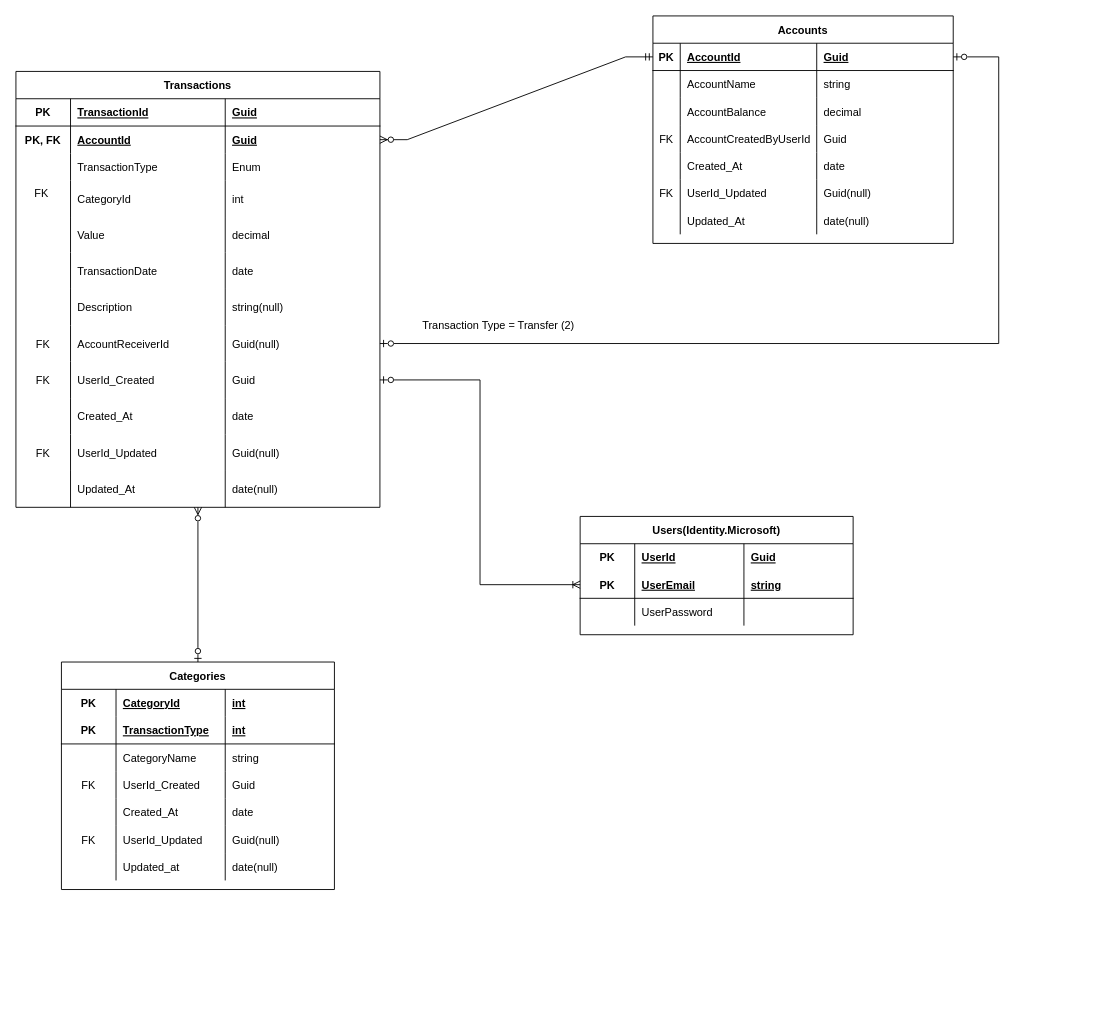
Before: docs/ER Diagram.drawio in juniobiel/ApiFinancas, a draw.io diagram. Source tidied: cells renumbered, new cells numbered last; positions are measured from the earlier drawing's top-left corner, leaving out a move shared by most shapes. Both pictures are drawn from the tidied source at 91%, with x=0, y=0 at pixel (15, 15).
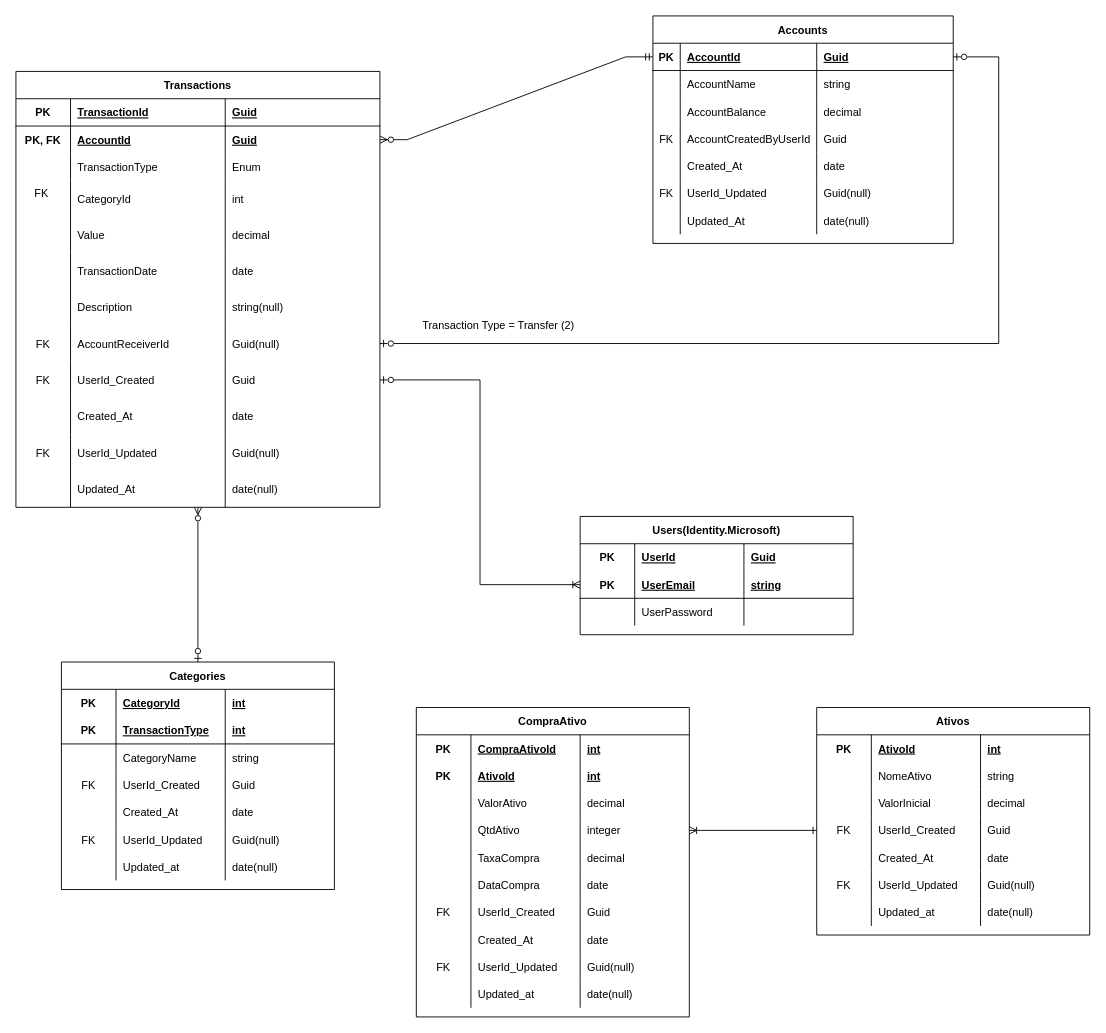
Above is the later version.

Change to the diagram source:
```diff
@@
+    <mxCell id="127" value="CompraAtivo" style="shape=table;startSize=30;childLayout=tableLayout;rowLines=0;fontStyle=1;align=center;" parent="1" vertex="1">
+      <mxGeometry x="440" y="760" width="300" height="340" as="geometry" />
+    </mxCell>
+    <mxCell id="128" style="shape=tableRow;horizontal=0;startSize=0;swimlaneHead=0;swimlaneBody=0;fillColor=none;top=0;left=0;right=0;bottom=0;" parent="127" vertex="1">
+      <mxGeometry y="30" width="300" height="30" as="geometry" />
+    </mxCell>
+    <mxCell id="129" value="PK" style="shape=partialRectangle;fillColor=none;top=0;left=0;bottom=0;right=0;fontStyle=1;overflow=hidden;" parent="128" vertex="1">
+      <mxGeometry width="60" height="30" as="geometry" />
+    </mxCell>
+    <mxCell id="130" value="CompraAtivoId" style="shape=partialRectangle;fillColor=none;top=0;left=0;bottom=0;right=0;align=left;spacingLeft=6;fontStyle=5;overflow=hidden;" parent="128" vertex="1">
+      <mxGeometry x="60" width="120" height="30" as="geometry" />
+    </mxCell>
+    <mxCell id="131" value="int" style="shape=partialRectangle;fillColor=none;top=0;left=0;bottom=0;right=0;align=left;spacingLeft=6;fontStyle=5;overflow=hidden;" parent="128" vertex="1">
+      <mxGeometry x="180" width="120" height="30" as="geometry" />
+    </mxCell>
+    <mxCell id="132" style="shape=tableRow;horizontal=0;startSize=0;swimlaneHead=0;swimlaneBody=0;fillColor=none;top=0;left=0;right=0;bottom=0;" parent="127" vertex="1">
+      <mxGeometry y="60" width="300" height="30" as="geometry" />
+    </mxCell>
+    <mxCell id="133" value="PK" style="shape=partialRectangle;fillColor=none;top=0;left=0;bottom=0;right=0;fontStyle=1;overflow=hidden;" parent="132" vertex="1">
+      <mxGeometry width="60" height="30" as="geometry" />
+    </mxCell>
+    <mxCell id="134" value="AtivoId" style="shape=partialRectangle;fillColor=none;top=0;left=0;bottom=0;right=0;align=left;spacingLeft=6;fontStyle=5;overflow=hidden;" parent="132" vertex="1">
+      <mxGeometry x="60" width="120" height="30" as="geometry" />
+    </mxCell>
+    <mxCell id="135" value="int" style="shape=partialRectangle;fillColor=none;top=0;left=0;bottom=0;right=0;align=left;spacingLeft=6;fontStyle=5;overflow=hidden;" parent="132" vertex="1">
+      <mxGeometry x="180" width="120" height="30" as="geometry" />
+    </mxCell>
+    <mxCell id="136" style="shape=tableRow;horizontal=0;startSize=0;swimlaneHead=0;swimlaneBody=0;fillColor=none;points=[[0,0.5],[1,0.5]];portConstraint=eastwest;top=0;left=0;right=0;bottom=0;" parent="127" vertex="1">
+      <mxGeometry y="90" width="300" height="30" as="geometry" />
+    </mxCell>
+    <mxCell id="137" style="shape=partialRectangle;fillColor=none;top=0;left=0;bottom=0;right=0;overflow=hidden;" parent="136" vertex="1">
+      <mxGeometry width="60" height="30" as="geometry" />
+    </mxCell>
+    <mxCell id="138" value="ValorAtivo" style="shape=partialRectangle;fillColor=none;top=0;left=0;bottom=0;right=0;align=left;spacingLeft=6;overflow=hidden;" parent="136" vertex="1">
+      <mxGeometry x="60" width="120" height="30" as="geometry" />
+    </mxCell>
+    <mxCell id="139" value="decimal" style="shape=partialRectangle;fillColor=none;top=0;left=0;bottom=0;right=0;align=left;spacingLeft=6;overflow=hidden;" parent="136" vertex="1">
+      <mxGeometry x="180" width="120" height="30" as="geometry" />
+    </mxCell>
+    <mxCell id="140" style="shape=tableRow;horizontal=0;startSize=0;swimlaneHead=0;swimlaneBody=0;fillColor=none;points=[[0,0.5],[1,0.5]];portConstraint=eastwest;top=0;left=0;right=0;bottom=0;" parent="127" vertex="1">
+      <mxGeometry y="120" width="300" height="30" as="geometry" />
+    </mxCell>
+    <mxCell id="141" style="shape=partialRectangle;fillColor=none;top=0;left=0;bottom=0;right=0;overflow=hidden;" parent="140" vertex="1">
+      <mxGeometry width="60" height="30" as="geometry" />
+    </mxCell>
+    <mxCell id="142" value="QtdAtivo" style="shape=partialRectangle;fillColor=none;top=0;left=0;bottom=0;right=0;align=left;spacingLeft=6;overflow=hidden;" parent="140" vertex="1">
+      <mxGeometry x="60" width="120" height="30" as="geometry" />
+    </mxCell>
+    <mxCell id="143" value="integer" style="shape=partialRectangle;fillColor=none;top=0;left=0;bottom=0;right=0;align=left;spacingLeft=6;overflow=hidden;" parent="140" vertex="1">
+      <mxGeometry x="180" width="120" height="30" as="geometry" />
+    </mxCell>
+    <mxCell id="144" style="shape=tableRow;horizontal=0;startSize=0;swimlaneHead=0;swimlaneBody=0;fillColor=none;top=0;left=0;right=0;bottom=0;" parent="127" vertex="1">
+      <mxGeometry y="150" width="300" height="30" as="geometry" />
+    </mxCell>
+    <mxCell id="145" style="shape=partialRectangle;fillColor=none;top=0;left=0;bottom=0;right=0;overflow=hidden;" parent="144" vertex="1">
+      <mxGeometry width="60" height="30" as="geometry" />
+    </mxCell>
+    <mxCell id="146" value="TaxaCompra" style="shape=partialRectangle;fillColor=none;top=0;left=0;bottom=0;right=0;align=left;spacingLeft=6;overflow=hidden;" parent="144" vertex="1">
+      <mxGeometry x="60" width="120" height="30" as="geometry" />
+    </mxCell>
+    <mxCell id="147" value="decimal" style="shape=partialRectangle;fillColor=none;top=0;left=0;bottom=0;right=0;align=left;spacingLeft=6;overflow=hidden;" parent="144" vertex="1">
+      <mxGeometry x="180" width="120" height="30" as="geometry" />
+    </mxCell>
+    <mxCell id="148" style="shape=tableRow;horizontal=0;startSize=0;swimlaneHead=0;swimlaneBody=0;fillColor=none;top=0;left=0;right=0;bottom=0;" parent="127" vertex="1">
+      <mxGeometry y="180" width="300" height="30" as="geometry" />
+    </mxCell>
+    <mxCell id="149" style="shape=partialRectangle;fillColor=none;top=0;left=0;bottom=0;right=0;overflow=hidden;" parent="148" vertex="1">
+      <mxGeometry width="60" height="30" as="geometry" />
+    </mxCell>
+    <mxCell id="150" value="DataCompra  " style="shape=partialRectangle;fillColor=none;top=0;left=0;bottom=0;right=0;align=left;spacingLeft=6;overflow=hidden;" parent="148" vertex="1">
+      <mxGeometry x="60" width="120" height="30" as="geometry" />
+    </mxCell>
+    <mxCell id="151" value="date" style="shape=partialRectangle;fillColor=none;top=0;left=0;bottom=0;right=0;align=left;spacingLeft=6;overflow=hidden;" parent="148" vertex="1">
+      <mxGeometry x="180" width="120" height="30" as="geometry" />
+    </mxCell>
+    <mxCell id="152" style="shape=tableRow;horizontal=0;startSize=0;swimlaneHead=0;swimlaneBody=0;fillColor=none;top=0;left=0;right=0;bottom=0;" parent="127" vertex="1">
+      <mxGeometry y="210" width="300" height="30" as="geometry" />
+    </mxCell>
+    <mxCell id="153" value="FK" style="shape=partialRectangle;fillColor=none;top=0;left=0;bottom=0;right=0;overflow=hidden;" parent="152" vertex="1">
+      <mxGeometry width="60" height="30" as="geometry" />
+    </mxCell>
+    <mxCell id="154" value="UserId_Created" style="shape=partialRectangle;fillColor=none;top=0;left=0;bottom=0;right=0;align=left;spacingLeft=6;overflow=hidden;" parent="152" vertex="1">
+      <mxGeometry x="60" width="120" height="30" as="geometry" />
+    </mxCell>
+    <mxCell id="155" value="Guid" style="shape=partialRectangle;fillColor=none;top=0;left=0;bottom=0;right=0;align=left;spacingLeft=6;overflow=hidden;" parent="152" vertex="1">
+      <mxGeometry x="180" width="120" height="30" as="geometry" />
+    </mxCell>
+    <mxCell id="156" style="shape=tableRow;horizontal=0;startSize=0;swimlaneHead=0;swimlaneBody=0;fillColor=none;top=0;left=0;right=0;bottom=0;" parent="127" vertex="1">
+      <mxGeometry y="240" width="300" height="30" as="geometry" />
+    </mxCell>
+    <mxCell id="157" style="shape=partialRectangle;fillColor=none;top=0;left=0;bottom=0;right=0;overflow=hidden;" parent="156" vertex="1">
+      <mxGeometry width="60" height="30" as="geometry" />
+    </mxCell>
+    <mxCell id="158" value="Created_At" style="shape=partialRectangle;fillColor=none;top=0;left=0;bottom=0;right=0;align=left;spacingLeft=6;overflow=hidden;" parent="156" vertex="1">
+      <mxGeometry x="60" width="120" height="30" as="geometry" />
+    </mxCell>
+    <mxCell id="159" value="date" style="shape=partialRectangle;fillColor=none;top=0;left=0;bottom=0;right=0;align=left;spacingLeft=6;overflow=hidden;" parent="156" vertex="1">
+      <mxGeometry x="180" width="120" height="30" as="geometry" />
+    </mxCell>
+    <mxCell id="160" style="shape=tableRow;horizontal=0;startSize=0;swimlaneHead=0;swimlaneBody=0;fillColor=none;top=0;left=0;right=0;bottom=0;" parent="127" vertex="1">
+      <mxGeometry y="270" width="300" height="30" as="geometry" />
+    </mxCell>
+    <mxCell id="161" value="FK" style="shape=partialRectangle;fillColor=none;top=0;left=0;bottom=0;right=0;overflow=hidden;" parent="160" vertex="1">
+      <mxGeometry width="60" height="30" as="geometry" />
+    </mxCell>
+    <mxCell id="162" value="UserId_Updated" style="shape=partialRectangle;fillColor=none;top=0;left=0;bottom=0;right=0;align=left;spacingLeft=6;overflow=hidden;" parent="160" vertex="1">
+      <mxGeometry x="60" width="120" height="30" as="geometry" />
+    </mxCell>
+    <mxCell id="163" value="Guid(null)" style="shape=partialRectangle;fillColor=none;top=0;left=0;bottom=0;right=0;align=left;spacingLeft=6;overflow=hidden;" parent="160" vertex="1">
+      <mxGeometry x="180" width="120" height="30" as="geometry" />
+    </mxCell>
+    <mxCell id="164" style="shape=tableRow;horizontal=0;startSize=0;swimlaneHead=0;swimlaneBody=0;fillColor=none;top=0;left=0;right=0;bottom=0;" parent="127" vertex="1">
+      <mxGeometry y="300" width="300" height="30" as="geometry" />
+    </mxCell>
+    <mxCell id="165" style="shape=partialRectangle;fillColor=none;top=0;left=0;bottom=0;right=0;overflow=hidden;" parent="164" vertex="1">
+      <mxGeometry width="60" height="30" as="geometry" />
+    </mxCell>
+    <mxCell id="166" value="Updated_at" style="shape=partialRectangle;fillColor=none;top=0;left=0;bottom=0;right=0;align=left;spacingLeft=6;overflow=hidden;" parent="164" vertex="1">
+      <mxGeometry x="60" width="120" height="30" as="geometry" />
+    </mxCell>
+    <mxCell id="167" value="date(null)" style="shape=partialRectangle;fillColor=none;top=0;left=0;bottom=0;right=0;align=left;spacingLeft=6;overflow=hidden;" parent="164" vertex="1">
+      <mxGeometry x="180" width="120" height="30" as="geometry" />
+    </mxCell>
+    <mxCell id="168" style="edgeStyle=orthogonalEdgeStyle;rounded=0;jettySize=auto;html=1;entryX=1;entryY=0.5;entryDx=0;entryDy=0;endArrow=ERoneToMany;endFill=0;startArrow=ERone;startFill=0;" parent="1" edge="1" target="136">
+      <mxGeometry relative="1" as="geometry" />
+    </mxCell>
+    <mxCell id="169" value="Ativos" style="shape=table;startSize=30;childLayout=tableLayout;rowLines=0;fontStyle=1;align=center;" parent="1" vertex="1">
+      <mxGeometry x="880" y="760" width="300" height="250" as="geometry" />
+    </mxCell>
+    <mxCell id="170" style="shape=tableRow;horizontal=0;startSize=0;swimlaneHead=0;swimlaneBody=0;fillColor=none;top=0;left=0;right=0;bottom=0;" parent="169" vertex="1">
+      <mxGeometry y="30" width="300" height="30" as="geometry" />
+    </mxCell>
+    <mxCell id="171" value="PK" style="shape=partialRectangle;fillColor=none;top=0;left=0;bottom=0;right=0;fontStyle=1;overflow=hidden;" parent="170" vertex="1">
+      <mxGeometry width="60" height="30" as="geometry" />
+    </mxCell>
+    <mxCell id="172" value="AtivoId" style="shape=partialRectangle;fillColor=none;top=0;left=0;bottom=0;right=0;align=left;spacingLeft=6;fontStyle=5;overflow=hidden;" parent="170" vertex="1">
+      <mxGeometry x="60" width="120" height="30" as="geometry" />
+    </mxCell>
+    <mxCell id="173" value="int" style="shape=partialRectangle;fillColor=none;top=0;left=0;bottom=0;right=0;align=left;spacingLeft=6;fontStyle=5;overflow=hidden;" parent="170" vertex="1">
+      <mxGeometry x="180" width="120" height="30" as="geometry" />
+    </mxCell>
+    <mxCell id="174" style="shape=tableRow;horizontal=0;startSize=0;swimlaneHead=0;swimlaneBody=0;fillColor=none;top=0;left=0;right=0;bottom=0;" parent="169" vertex="1">
+      <mxGeometry y="60" width="300" height="30" as="geometry" />
+    </mxCell>
+    <mxCell id="175" style="shape=partialRectangle;fillColor=none;top=0;left=0;bottom=0;right=0;overflow=hidden;" parent="174" vertex="1">
+      <mxGeometry width="60" height="30" as="geometry" />
+    </mxCell>
+    <mxCell id="176" value="NomeAtivo" style="shape=partialRectangle;fillColor=none;top=0;left=0;bottom=0;right=0;align=left;spacingLeft=6;overflow=hidden;" parent="174" vertex="1">
+      <mxGeometry x="60" width="120" height="30" as="geometry" />
+    </mxCell>
+    <mxCell id="177" value="string" style="shape=partialRectangle;fillColor=none;top=0;left=0;bottom=0;right=0;align=left;spacingLeft=6;overflow=hidden;" parent="174" vertex="1">
+      <mxGeometry x="180" width="120" height="30" as="geometry" />
+    </mxCell>
+    <mxCell id="178" style="shape=tableRow;horizontal=0;startSize=0;swimlaneHead=0;swimlaneBody=0;fillColor=none;top=0;left=0;right=0;bottom=0;" parent="169" vertex="1">
+      <mxGeometry y="90" width="300" height="30" as="geometry" />
+    </mxCell>
+    <mxCell id="179" style="shape=partialRectangle;fillColor=none;top=0;left=0;bottom=0;right=0;overflow=hidden;" parent="178" vertex="1">
+      <mxGeometry width="60" height="30" as="geometry" />
+    </mxCell>
+    <mxCell id="180" value="ValorInicial" style="shape=partialRectangle;fillColor=none;top=0;left=0;bottom=0;right=0;align=left;spacingLeft=6;overflow=hidden;" parent="178" vertex="1">
+      <mxGeometry x="60" width="120" height="30" as="geometry" />
+    </mxCell>
+    <mxCell id="181" value="decimal" style="shape=partialRectangle;fillColor=none;top=0;left=0;bottom=0;right=0;align=left;spacingLeft=6;overflow=hidden;" parent="178" vertex="1">
+      <mxGeometry x="180" width="120" height="30" as="geometry" />
+    </mxCell>
+    <mxCell id="182" style="shape=tableRow;horizontal=0;startSize=0;swimlaneHead=0;swimlaneBody=0;fillColor=none;points=[[0,0.5],[1,0.5]];portConstraint=eastwest;top=0;left=0;right=0;bottom=0;" parent="169" vertex="1">
+      <mxGeometry y="120" width="300" height="30" as="geometry" />
+    </mxCell>
+    <mxCell id="183" value="FK" style="shape=partialRectangle;fillColor=none;top=0;left=0;bottom=0;right=0;overflow=hidden;" parent="182" vertex="1">
+      <mxGeometry width="60" height="30" as="geometry" />
+    </mxCell>
+    <mxCell id="184" value="UserId_Created" style="shape=partialRectangle;fillColor=none;top=0;left=0;bottom=0;right=0;align=left;spacingLeft=6;overflow=hidden;" parent="182" vertex="1">
+      <mxGeometry x="60" width="120" height="30" as="geometry" />
+    </mxCell>
+    <mxCell id="185" value="Guid" style="shape=partialRectangle;fillColor=none;top=0;left=0;bottom=0;right=0;align=left;spacingLeft=6;overflow=hidden;" parent="182" vertex="1">
+      <mxGeometry x="180" width="120" height="30" as="geometry" />
+    </mxCell>
+    <mxCell id="186" style="shape=tableRow;horizontal=0;startSize=0;swimlaneHead=0;swimlaneBody=0;fillColor=none;top=0;left=0;right=0;bottom=0;" parent="169" vertex="1">
+      <mxGeometry y="150" width="300" height="30" as="geometry" />
+    </mxCell>
+    <mxCell id="187" style="shape=partialRectangle;fillColor=none;top=0;left=0;bottom=0;right=0;overflow=hidden;" parent="186" vertex="1">
+      <mxGeometry width="60" height="30" as="geometry" />
+    </mxCell>
+    <mxCell id="188" value="Created_At" style="shape=partialRectangle;fillColor=none;top=0;left=0;bottom=0;right=0;align=left;spacingLeft=6;overflow=hidden;" parent="186" vertex="1">
+      <mxGeometry x="60" width="120" height="30" as="geometry" />
+    </mxCell>
+    <mxCell id="189" value="date" style="shape=partialRectangle;fillColor=none;top=0;left=0;bottom=0;right=0;align=left;spacingLeft=6;overflow=hidden;" parent="186" vertex="1">
+      <mxGeometry x="180" width="120" height="30" as="geometry" />
+    </mxCell>
+    <mxCell id="190" style="shape=tableRow;horizontal=0;startSize=0;swimlaneHead=0;swimlaneBody=0;fillColor=none;top=0;left=0;right=0;bottom=0;" parent="169" vertex="1">
+      <mxGeometry y="180" width="300" height="30" as="geometry" />
+    </mxCell>
+    <mxCell id="191" value="FK" style="shape=partialRectangle;fillColor=none;top=0;left=0;bottom=0;right=0;overflow=hidden;" parent="190" vertex="1">
+      <mxGeometry width="60" height="30" as="geometry" />
+    </mxCell>
+    <mxCell id="192" value="UserId_Updated" style="shape=partialRectangle;fillColor=none;top=0;left=0;bottom=0;right=0;align=left;spacingLeft=6;overflow=hidden;" parent="190" vertex="1">
+      <mxGeometry x="60" width="120" height="30" as="geometry" />
+    </mxCell>
+    <mxCell id="193" value="Guid(null)" style="shape=partialRectangle;fillColor=none;top=0;left=0;bottom=0;right=0;align=left;spacingLeft=6;overflow=hidden;" parent="190" vertex="1">
+      <mxGeometry x="180" width="120" height="30" as="geometry" />
+    </mxCell>
+    <mxCell id="194" style="shape=tableRow;horizontal=0;startSize=0;swimlaneHead=0;swimlaneBody=0;fillColor=none;top=0;left=0;right=0;bottom=0;" parent="169" vertex="1">
+      <mxGeometry y="210" width="300" height="30" as="geometry" />
+    </mxCell>
+    <mxCell id="195" style="shape=partialRectangle;fillColor=none;top=0;left=0;bottom=0;right=0;overflow=hidden;" parent="194" vertex="1">
+      <mxGeometry width="60" height="30" as="geometry" />
+    </mxCell>
+    <mxCell id="196" value="Updated_at" style="shape=partialRectangle;fillColor=none;top=0;left=0;bottom=0;right=0;align=left;spacingLeft=6;overflow=hidden;" parent="194" vertex="1">
+      <mxGeometry x="60" width="120" height="30" as="geometry" />
+    </mxCell>
+    <mxCell id="197" value="date(null)" style="shape=partialRectangle;fillColor=none;top=0;left=0;bottom=0;right=0;align=left;spacingLeft=6;overflow=hidden;" parent="194" vertex="1">
+      <mxGeometry x="180" width="120" height="30" as="geometry" />
+    </mxCell>
+    <mxCell id="198" style="edgeStyle=orthogonalEdgeStyle;rounded=0;jettySize=auto;html=1;entryX=1;entryY=0.5;entryDx=0;entryDy=0;startArrow=ERone;startFill=0;endArrow=ERoneToMany;endFill=0;" parent="1" edge="1" source="182" target="140">
+      <mxGeometry relative="1" as="geometry" />
+    </mxCell>
```
